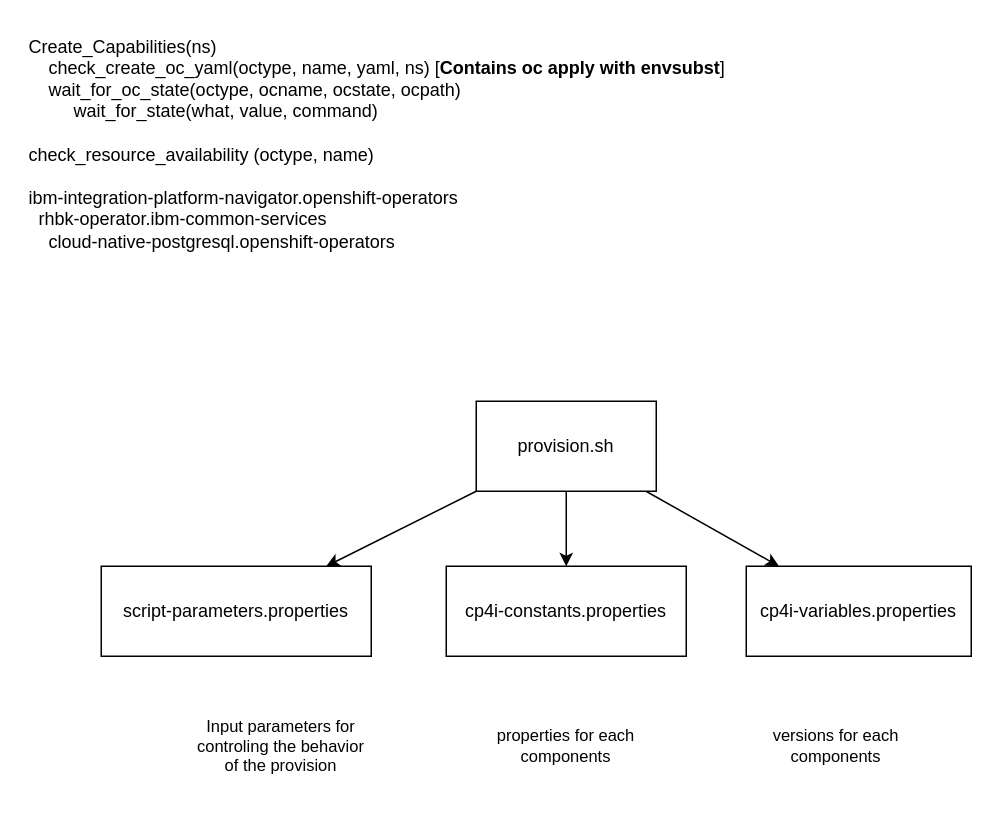
Above: page "Design code" (3 of 16) of doc/design.drawio in ADesprets/cp4i-install (draw.io), before the change. Source tidied: cells renumbered, new cells numbered last; positions are measured from the earlier drawing's top-left corner, leaving out a move shared by most shapes. Both pictures are drawn from the tidied source at 150%, with x=0, y=0 at pixel (26, 26).
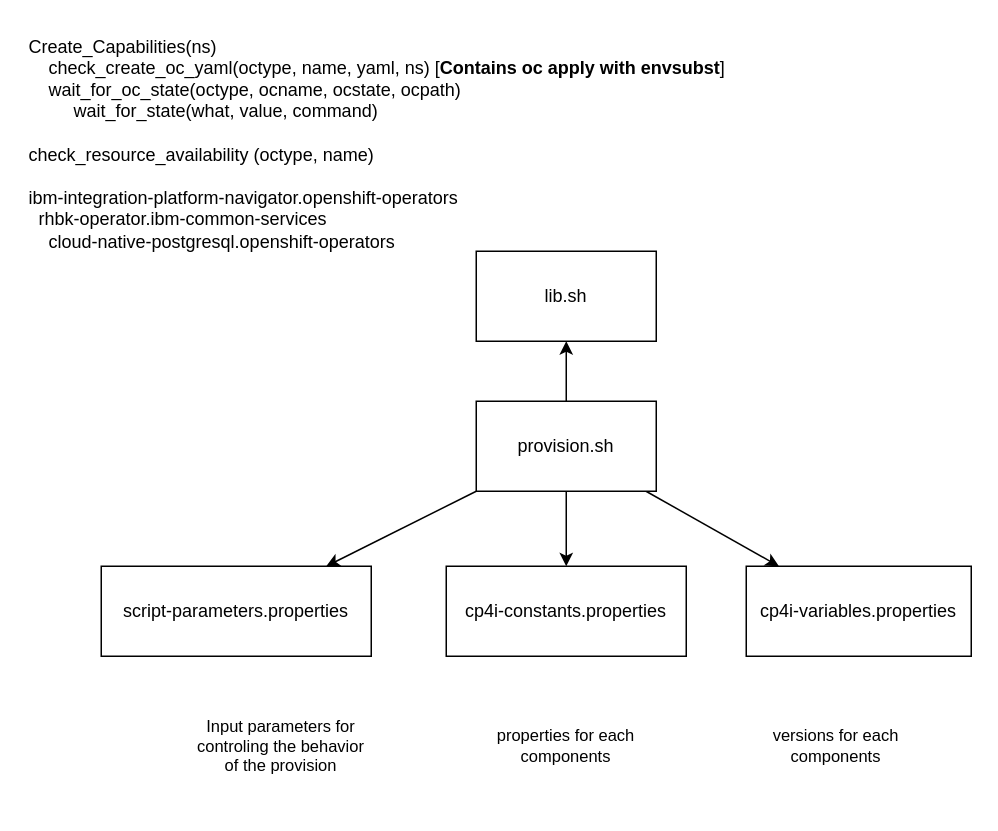
The same diagram, later.

Change to the diagram source:
```diff
@@
 <mxGraphModel>
   <root>
     <mxCell id="0" />
     <mxCell id="1" parent="0" />
     <mxCell id="2" value="Create_Capabilities(ns)&lt;br&gt;&lt;div&gt;&lt;span style=&quot;&quot;&gt;&lt;/span&gt;&lt;span style=&quot;&quot;&gt;&lt;/span&gt;&lt;span style=&quot;&quot;&gt;&lt;/span&gt;&amp;nbsp; &amp;nbsp; check_create_oc_yaml(octype, name, yaml, ns) [&lt;b&gt;Contains oc apply with envsubst&lt;/b&gt;]&lt;/div&gt;&lt;div&gt;&lt;span style=&quot;&quot;&gt;&#9;&lt;/span&gt;&lt;span style=&quot;&quot;&gt;&#9;&lt;/span&gt;&lt;/div&gt;&lt;div&gt;&lt;div style=&quot;border-color: var(--border-color);&quot;&gt;&lt;span style=&quot;&quot;&gt;&lt;span style=&quot;&quot;&gt;&lt;/span&gt;&lt;/span&gt;&lt;span style=&quot;background-color: initial;&quot;&gt;&amp;nbsp; &amp;nbsp;&lt;/span&gt;&lt;span style=&quot;background-color: initial;&quot;&gt;&amp;nbsp;&lt;/span&gt;wait_for_oc_state(octype, ocname, ocstate, ocpath)&lt;/div&gt;&lt;/div&gt;&amp;nbsp; &amp;nbsp; &amp;nbsp; &amp;nbsp; &amp;nbsp;wait_for_state(what, value, command)&lt;br&gt;&amp;nbsp; &amp;nbsp;&amp;nbsp;&lt;div&gt;&lt;span style=&quot;background-color: initial;&quot;&gt;check_resource_availability (octype, name)&lt;/span&gt;&lt;/div&gt;&lt;div&gt;&lt;span style=&quot;background-color: initial;&quot;&gt;&lt;br&gt;&lt;/span&gt;&lt;/div&gt;&lt;div&gt;&lt;span style=&quot;background-color: initial;&quot;&gt;&lt;div&gt;ibm-integration-platform-navigator.openshift-operators&lt;/div&gt;&lt;div&gt;&lt;span style=&quot;&quot;&gt;&lt;/span&gt;&amp;nbsp; rhbk-operator.ibm-common-services&lt;/div&gt;&lt;div&gt;&lt;span style=&quot;&quot;&gt;&lt;/span&gt;&amp;nbsp; &amp;nbsp; cloud-native-postgresql.openshift-operators&lt;/div&gt;&lt;/span&gt;&lt;/div&gt;" style="text;html=1;strokeColor=none;fillColor=none;align=left;verticalAlign=top;whiteSpace=wrap;rounded=0;" parent="1" vertex="1">
       <mxGeometry width="570" height="180" as="geometry" />
     </mxCell>
     <mxCell id="3" style="edgeStyle=none;rounded=0;jettySize=auto;html=1;strokeColor=default;align=center;verticalAlign=middle;fontFamily=Helvetica;fontSize=11;fontColor=default;labelBackgroundColor=default;endArrow=classic;" parent="1" edge="1" source="5" target="6">
       <mxGeometry relative="1" as="geometry" />
     </mxCell>
     <mxCell id="4" style="edgeStyle=none;rounded=0;jettySize=auto;html=1;strokeColor=default;align=center;verticalAlign=middle;fontFamily=Helvetica;fontSize=11;fontColor=default;labelBackgroundColor=default;endArrow=classic;" parent="1" edge="1" source="5" target="8">
       <mxGeometry relative="1" as="geometry" />
     </mxCell>
+    <mxCell id="13" style="edgeStyle=orthogonalEdgeStyle;rounded=0;jettySize=auto;html=1;entryX=0.5;entryY=1;entryDx=0;entryDy=0;" parent="1" edge="1" source="5" target="14">
+      <mxGeometry relative="1" as="geometry" />
+    </mxCell>
     <mxCell id="5" value="provision.sh" style="rounded=0;whiteSpace=wrap;html=1;" parent="1" vertex="1">
       <mxGeometry x="300" y="250" width="120" height="60" as="geometry" />
     </mxCell>
     <mxCell id="6" value="cp4i-constants.properties" style="rounded=0;whiteSpace=wrap;html=1;" parent="1" vertex="1">
       <mxGeometry x="280" y="360" width="160" height="60" as="geometry" />
     </mxCell>
     <mxCell id="7" value="script-parameters.properties" style="rounded=0;whiteSpace=wrap;html=1;" parent="1" vertex="1">
       <mxGeometry x="50" y="360" width="180" height="60" as="geometry" />
     </mxCell>
     <mxCell id="8" value="cp4i-variables.properties" style="rounded=0;whiteSpace=wrap;html=1;" parent="1" vertex="1">
       <mxGeometry x="480" y="360" width="150" height="60" as="geometry" />
     </mxCell>
     <mxCell id="9" style="rounded=0;jettySize=auto;html=1;" parent="1" edge="1" source="5" target="7">
       <mxGeometry relative="1" as="geometry" />
     </mxCell>
     <mxCell id="10" value="Input parameters for controling the behavior of the provision" style="text;html=1;align=center;verticalAlign=middle;whiteSpace=wrap;rounded=0;fontFamily=Helvetica;fontSize=11;fontColor=default;labelBackgroundColor=default;" parent="1" vertex="1">
       <mxGeometry x="110" y="440" width="120" height="80" as="geometry" />
     </mxCell>
     <mxCell id="11" value="properties for each components" style="text;html=1;align=center;verticalAlign=middle;whiteSpace=wrap;rounded=0;fontFamily=Helvetica;fontSize=11;fontColor=default;labelBackgroundColor=default;" parent="1" vertex="1">
       <mxGeometry x="300" y="440" width="120" height="80" as="geometry" />
     </mxCell>
     <mxCell id="12" value="versions for each components" style="text;html=1;align=center;verticalAlign=middle;whiteSpace=wrap;rounded=0;fontFamily=Helvetica;fontSize=11;fontColor=default;labelBackgroundColor=default;" parent="1" vertex="1">
       <mxGeometry x="480" y="440" width="120" height="80" as="geometry" />
     </mxCell>
+    <mxCell id="14" value="lib.sh" style="rounded=0;whiteSpace=wrap;html=1;" parent="1" vertex="1">
+      <mxGeometry x="300" y="150" width="120" height="60" as="geometry" />
+    </mxCell>
   </root>
 </mxGraphModel>
```
